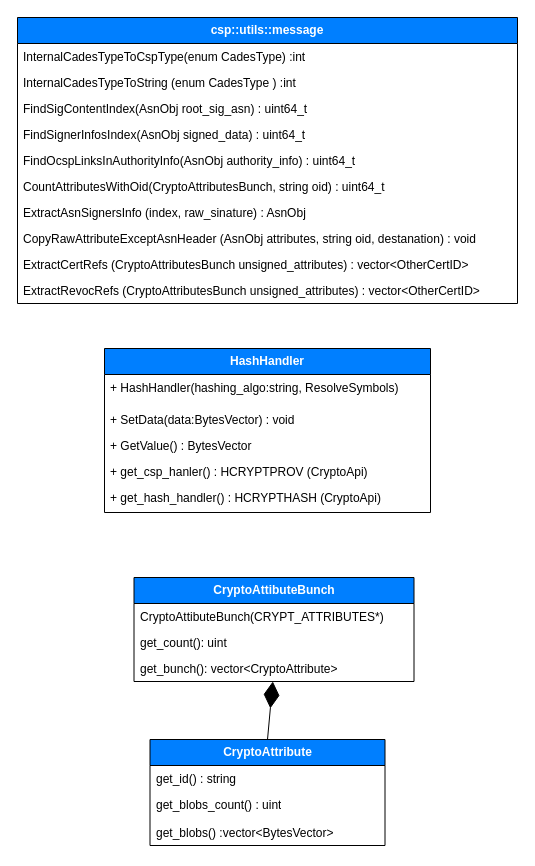
Earlier version of the draw.io diagram page "Message 2" (2 of 17) of basic_struct_draft.drawio (3036662/pdf_scp). Source tidied: cells renumbered, new cells numbered last; positions are measured from the earlier drawing's top-left corner, leaving out a move shared by most shapes. Both pictures are drawn from the tidied source at 100%, with x=0, y=0 at pixel (17, 17).
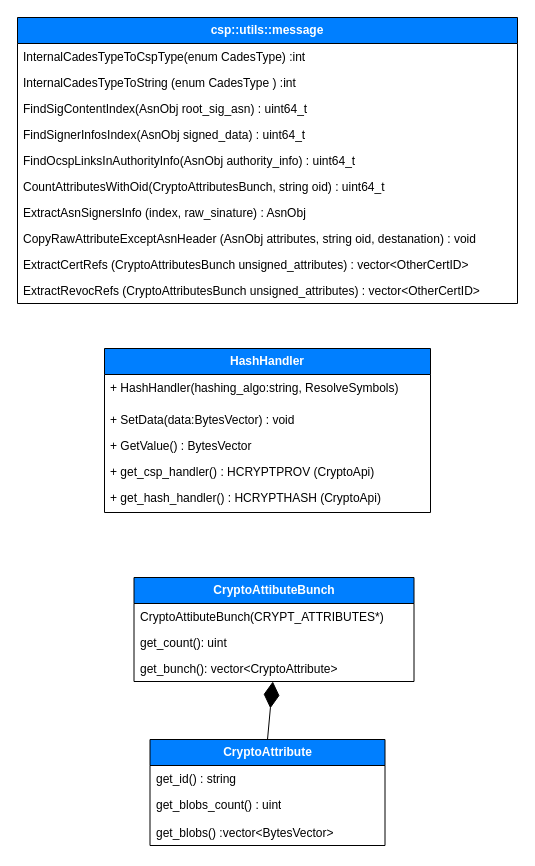
Above is the later version.

Unchanged cells that the change refers to:
```xml
<mxCell id="13" value="&lt;font color=&quot;#ffffff&quot;&gt;&lt;b&gt;HashHandler&lt;/b&gt;&lt;/font&gt;" style="swimlane;fontStyle=0;horizontal=1;startSize=26;fillColor=#007FFF;whiteSpace=wrap;html=1;" parent="1" vertex="1">
  <mxGeometry x="87" y="331" width="326" height="164" as="geometry" />
</mxCell>
```

What changed in the source:
```diff
@@
-    <mxCell id="17" value="+ get_csp_hanler() : HCRYPTPROV (CryptoApi)" style="text;strokeColor=none;fillColor=none;align=left;verticalAlign=top;spacingLeft=4;spacingRight=4;overflow=hidden;whiteSpace=wrap;html=1;" parent="13" vertex="1">
+    <mxCell id="17" value="+ get_csp_handler() : HCRYPTPROV (CryptoApi)" style="text;strokeColor=none;fillColor=none;align=left;verticalAlign=top;spacingLeft=4;spacingRight=4;overflow=hidden;whiteSpace=wrap;html=1;" parent="13" vertex="1">
       <mxGeometry y="110" width="326" height="26" as="geometry" />
     </mxCell>
```
